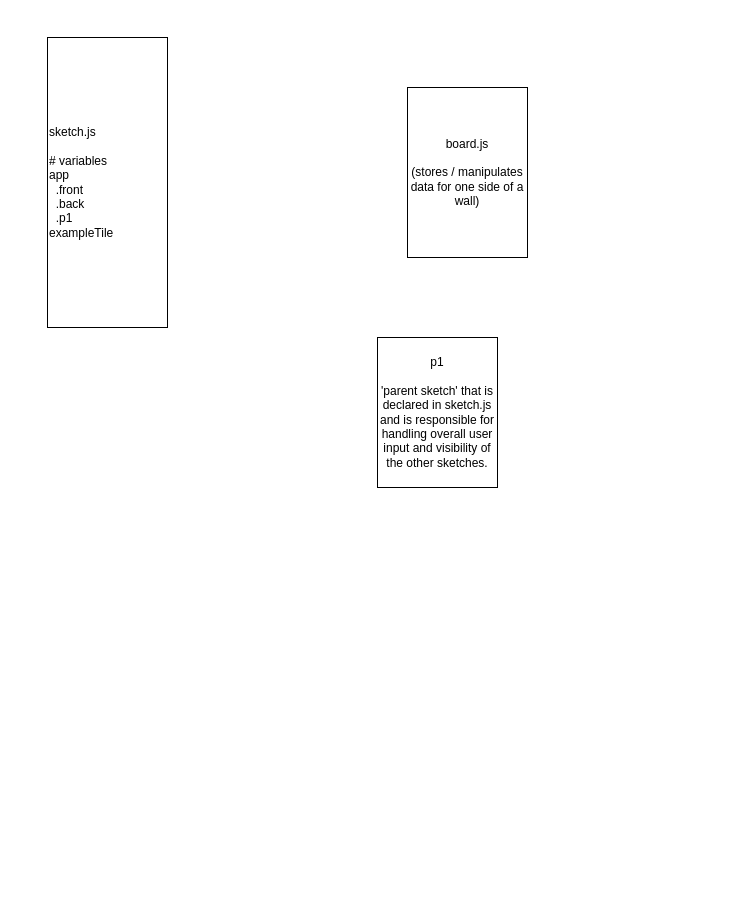
The draw.io diagram overview.drawio in awarua/roboblox, before the edit. Source tidied: cells renumbered, new cells numbered last; positions are measured from the earlier drawing's top-left corner, leaving out a move shared by most shapes. Both pictures are drawn from the tidied source at 100%, with x=0, y=0 at pixel (47, 37).
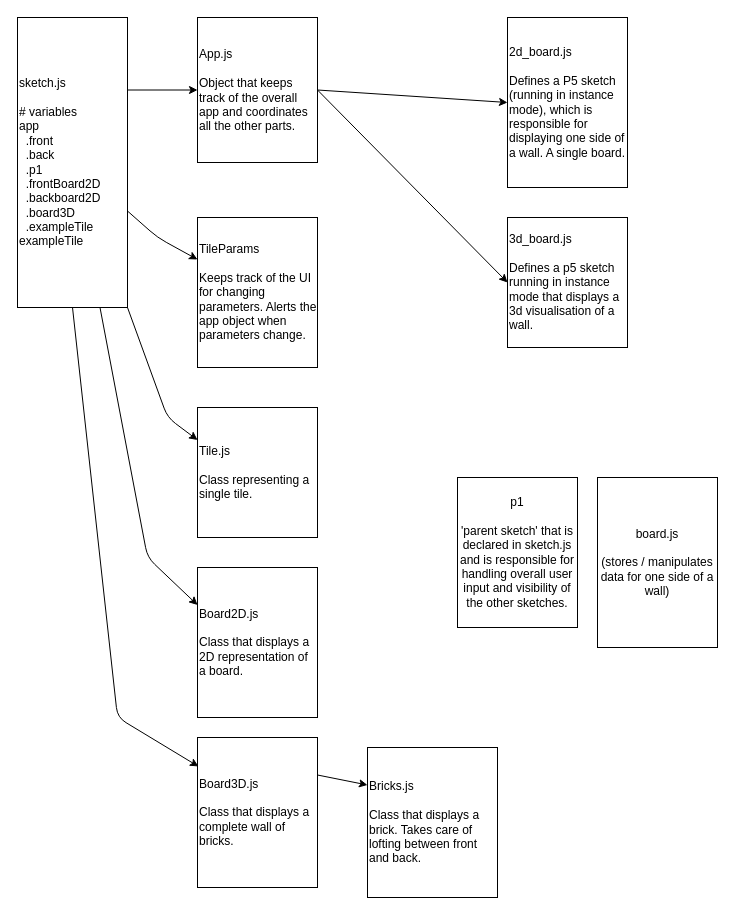
Above is the later version.

The edit, as a diff of the source:
```diff
@@
     <mxCell id="2" value="board.js&lt;br&gt;&lt;br&gt;(stores / manipulates data for one side of a wall)" style="rounded=0;whiteSpace=wrap;html=1;" parent="1" vertex="1">
-      <mxGeometry x="360" y="50" width="120" height="170" as="geometry" />
+      <mxGeometry x="550" y="440" width="120" height="170" as="geometry" />
     </mxCell>
+    <mxCell id="5" style="edgeStyle=none;html=1;exitX=1;exitY=0.25;exitDx=0;exitDy=0;" parent="1" edge="1" source="3" target="13">
+      <mxGeometry relative="1" as="geometry" />
+    </mxCell>
+    <mxCell id="6" style="edgeStyle=none;html=1;" parent="1" edge="1" source="3" target="10">
+      <mxGeometry relative="1" as="geometry">
+        <Array as="points">
+          <mxPoint x="110" y="200" />
+        </Array>
+      </mxGeometry>
+    </mxCell>
+    <mxCell id="7" style="edgeStyle=none;html=1;exitX=1;exitY=1;exitDx=0;exitDy=0;entryX=0;entryY=0.25;entryDx=0;entryDy=0;" parent="1" edge="1" source="3" target="16">
+      <mxGeometry relative="1" as="geometry">
+        <Array as="points">
+          <mxPoint x="120" y="380" />
+        </Array>
+      </mxGeometry>
+    </mxCell>
+    <mxCell id="8" style="edgeStyle=none;html=1;entryX=0;entryY=0.25;entryDx=0;entryDy=0;exitX=0.75;exitY=1;exitDx=0;exitDy=0;" parent="1" edge="1" source="3" target="17">
+      <mxGeometry relative="1" as="geometry">
+        <Array as="points">
+          <mxPoint x="100" y="520" />
+        </Array>
+      </mxGeometry>
+    </mxCell>
+    <mxCell id="9" style="edgeStyle=none;html=1;entryX=0.008;entryY=0.193;entryDx=0;entryDy=0;exitX=0.5;exitY=1;exitDx=0;exitDy=0;entryPerimeter=0;" parent="1" edge="1" source="3" target="19">
+      <mxGeometry relative="1" as="geometry">
+        <Array as="points">
+          <mxPoint x="70" y="680" />
+        </Array>
+      </mxGeometry>
+    </mxCell>
-    <mxCell id="3" value="sketch.js&lt;br&gt;&lt;br&gt;# variables&lt;br&gt;app&lt;br&gt;&amp;nbsp; .front&lt;br&gt;&lt;div style=&quot;&quot;&gt;&lt;span style=&quot;background-color: initial;&quot;&gt;&amp;nbsp; .back&lt;/span&gt;&lt;/div&gt;&lt;div style=&quot;&quot;&gt;&lt;span style=&quot;background-color: initial;&quot;&gt;&amp;nbsp; .p1&lt;/span&gt;&lt;/div&gt;exampleTile" style="rounded=0;whiteSpace=wrap;html=1;align=left;" parent="1" vertex="1">
-      <mxGeometry width="120" height="290" as="geometry" />
+    <mxCell id="3" value="sketch.js&lt;br&gt;&lt;br&gt;# variables&lt;br&gt;app&lt;br&gt;&amp;nbsp; .front&lt;br&gt;&lt;div style=&quot;&quot;&gt;&lt;span style=&quot;background-color: initial;&quot;&gt;&amp;nbsp; .back&lt;/span&gt;&lt;/div&gt;&lt;div style=&quot;&quot;&gt;&lt;span style=&quot;background-color: initial;&quot;&gt;&amp;nbsp; .p1&lt;/span&gt;&lt;/div&gt;&lt;div style=&quot;&quot;&gt;&lt;span style=&quot;background-color: initial;&quot;&gt;&amp;nbsp; .frontBoard2D&lt;/span&gt;&lt;/div&gt;&lt;div style=&quot;&quot;&gt;&lt;span style=&quot;background-color: initial;&quot;&gt;&amp;nbsp; .backboard2D&lt;/span&gt;&lt;/div&gt;&lt;div style=&quot;&quot;&gt;&lt;span style=&quot;background-color: initial;&quot;&gt;&amp;nbsp; .board3D&lt;/span&gt;&lt;/div&gt;&lt;div style=&quot;&quot;&gt;&lt;span style=&quot;background-color: initial;&quot;&gt;&amp;nbsp; .exampleTile&lt;/span&gt;&lt;/div&gt;exampleTile" style="rounded=0;whiteSpace=wrap;html=1;align=left;" parent="1" vertex="1">
+      <mxGeometry x="-30" y="-20" width="110" height="290" as="geometry" />
     </mxCell>
     <mxCell id="4" value="p1&lt;br&gt;&lt;br&gt;'parent sketch' that is declared in sketch.js and is responsible for handling overall user input and visibility of the other sketches." style="rounded=0;whiteSpace=wrap;html=1;" parent="1" vertex="1">
-      <mxGeometry x="330" y="300" width="120" height="150" as="geometry" />
+      <mxGeometry x="410" y="440" width="120" height="150" as="geometry" />
     </mxCell>
+    <mxCell id="10" value="&lt;div style=&quot;&quot;&gt;&lt;span style=&quot;background-color: initial;&quot;&gt;TileParams&lt;/span&gt;&lt;/div&gt;&lt;div style=&quot;&quot;&gt;&lt;span style=&quot;background-color: initial;&quot;&gt;&lt;br&gt;&lt;/span&gt;&lt;/div&gt;&lt;div style=&quot;&quot;&gt;Keeps track of the UI for changing parameters. Alerts the app object when parameters change.&lt;/div&gt;" style="rounded=0;whiteSpace=wrap;html=1;align=left;" parent="1" vertex="1">
+      <mxGeometry x="150" y="180" width="120" height="150" as="geometry" />
+    </mxCell>
+    <mxCell id="11" style="edgeStyle=none;html=1;exitX=1;exitY=0.5;exitDx=0;exitDy=0;entryX=0;entryY=0.5;entryDx=0;entryDy=0;" parent="1" edge="1" source="13" target="14">
+      <mxGeometry relative="1" as="geometry" />
+    </mxCell>
+    <mxCell id="12" style="edgeStyle=none;html=1;exitX=1;exitY=0.5;exitDx=0;exitDy=0;entryX=0;entryY=0.5;entryDx=0;entryDy=0;" parent="1" edge="1" source="13" target="15">
+      <mxGeometry relative="1" as="geometry" />
+    </mxCell>
+    <mxCell id="13" value="App.js&lt;br&gt;&lt;br&gt;Object that keeps track of the overall app and coordinates all the other parts.&amp;nbsp;" style="rounded=0;whiteSpace=wrap;html=1;align=left;" parent="1" vertex="1">
+      <mxGeometry x="150" y="-20" width="120" height="145" as="geometry" />
+    </mxCell>
+    <mxCell id="14" value="2d_board.js&lt;br&gt;&lt;br&gt;Defines a P5 sketch (running in instance mode), which is responsible for displaying one side of a wall. A single board." style="rounded=0;whiteSpace=wrap;html=1;align=left;" parent="1" vertex="1">
+      <mxGeometry x="460" y="-20" width="120" height="170" as="geometry" />
+    </mxCell>
+    <mxCell id="15" value="3d_board.js&lt;br&gt;&lt;br&gt;Defines a p5 sketch running in instance mode that displays a 3d visualisation of a wall." style="rounded=0;whiteSpace=wrap;html=1;align=left;" parent="1" vertex="1">
+      <mxGeometry x="460" y="180" width="120" height="130" as="geometry" />
+    </mxCell>
+    <mxCell id="16" value="Tile.js&lt;br&gt;&lt;br&gt;Class representing a single tile." style="rounded=0;whiteSpace=wrap;html=1;align=left;" parent="1" vertex="1">
+      <mxGeometry x="150" y="370" width="120" height="130" as="geometry" />
+    </mxCell>
+    <mxCell id="17" value="Board2D.js&lt;br&gt;&lt;br&gt;Class that displays a 2D representation of a board.&lt;br&gt;" style="rounded=0;whiteSpace=wrap;html=1;align=left;" parent="1" vertex="1">
+      <mxGeometry x="150" y="530" width="120" height="150" as="geometry" />
+    </mxCell>
+    <mxCell id="18" style="edgeStyle=none;html=1;exitX=1;exitY=0.25;exitDx=0;exitDy=0;entryX=0;entryY=0.25;entryDx=0;entryDy=0;" parent="1" edge="1" source="19" target="20">
+      <mxGeometry relative="1" as="geometry" />
+    </mxCell>
+    <mxCell id="19" value="Board3D.js&lt;br&gt;&lt;br&gt;Class that displays a complete wall of bricks.&amp;nbsp;" style="rounded=0;whiteSpace=wrap;html=1;align=left;" parent="1" vertex="1">
+      <mxGeometry x="150" y="700" width="120" height="150" as="geometry" />
+    </mxCell>
+    <mxCell id="20" value="Bricks.js&lt;br&gt;&lt;br&gt;Class that displays a brick. Takes care of lofting between front and back.&amp;nbsp;" style="rounded=0;whiteSpace=wrap;html=1;align=left;" parent="1" vertex="1">
+      <mxGeometry x="320" y="710" width="130" height="150" as="geometry" />
+    </mxCell>
```
